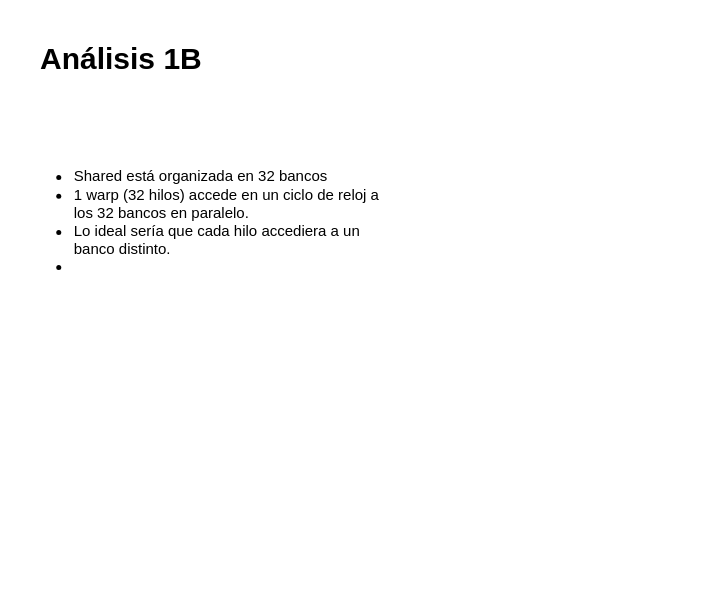
The draw.io diagram parctico4/1b.drawio in aguMartinez/GPGPU_G26_2024, before the edit. Source tidied: cells renumbered, new cells numbered last; positions are measured from the earlier drawing's top-left corner, leaving out a move shared by most shapes. Both pictures are drawn from the tidied source at 125%, with x=0, y=0 at pixel (21, 34).
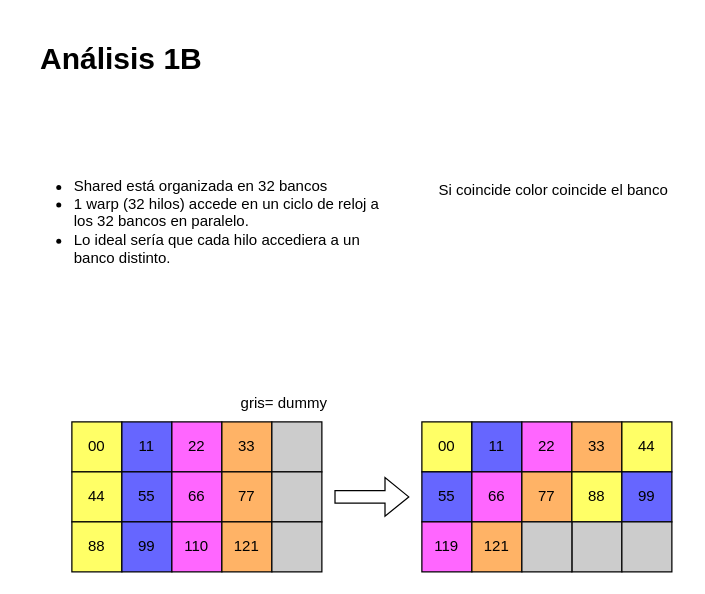
After the change.

Change to the diagram source:
```diff
@@
-    <mxCell id="3" value="&lt;ul&gt;&lt;li&gt;&lt;span style=&quot;background-color: initial;&quot;&gt;Shared está organizada en 32 bancos&lt;/span&gt;&lt;/li&gt;&lt;li&gt;&lt;span style=&quot;background-color: initial;&quot;&gt;1 warp (32 hilos) accede en un ciclo de reloj a los 32 bancos en paralelo.&lt;/span&gt;&lt;/li&gt;&lt;li&gt;&lt;span style=&quot;background-color: initial;&quot;&gt;Lo ideal sería que cada hilo accediera a un banco distinto.&lt;/span&gt;&lt;/li&gt;&lt;li&gt;&lt;span style=&quot;background-color: initial;&quot;&gt;&lt;br&gt;&lt;/span&gt;&lt;/li&gt;&lt;/ul&gt;" style="text;html=1;strokeColor=none;fillColor=none;align=left;verticalAlign=middle;whiteSpace=wrap;rounded=0;" parent="1" vertex="1">
+    <mxCell id="3" value="&lt;ul&gt;&lt;li&gt;&lt;span style=&quot;background-color: initial;&quot;&gt;Shared está organizada en 32 bancos&lt;/span&gt;&lt;/li&gt;&lt;li&gt;&lt;span style=&quot;background-color: initial;&quot;&gt;1 warp (32 hilos) accede en un ciclo de reloj a los 32 bancos en paralelo.&lt;/span&gt;&lt;/li&gt;&lt;li&gt;&lt;span style=&quot;background-color: initial;&quot;&gt;Lo ideal sería que cada hilo accediera a un banco distinto.&lt;/span&gt;&lt;/li&gt;&lt;/ul&gt;" style="text;html=1;strokeColor=none;fillColor=none;align=left;verticalAlign=middle;whiteSpace=wrap;rounded=0;" parent="1" vertex="1">
       <mxGeometry y="70" width="290" height="160" as="geometry" />
     </mxCell>
+    <mxCell id="4" value="00" style="rounded=0;whiteSpace=wrap;html=1;fillColor=#FFFF66;" parent="1" vertex="1">
+      <mxGeometry x="320" y="310" width="40" height="40" as="geometry" />
+    </mxCell>
+    <mxCell id="5" value="11" style="rounded=0;whiteSpace=wrap;html=1;fillColor=#6666FF;" parent="1" vertex="1">
+      <mxGeometry x="360" y="310" width="40" height="40" as="geometry" />
+    </mxCell>
+    <mxCell id="6" value="22" style="rounded=0;whiteSpace=wrap;html=1;fillColor=#FF66FF;" parent="1" vertex="1">
+      <mxGeometry x="400" y="310" width="40" height="40" as="geometry" />
+    </mxCell>
+    <mxCell id="7" value="33" style="rounded=0;whiteSpace=wrap;html=1;fillColor=#FFB366;" parent="1" vertex="1">
+      <mxGeometry x="440" y="310" width="40" height="40" as="geometry" />
+    </mxCell>
+    <mxCell id="8" value="Si coincide color coincide el banco" style="text;html=1;align=center;verticalAlign=middle;strokeColor=none;fillColor=none;" parent="1" vertex="1">
+      <mxGeometry x="320" y="110" width="210" height="30" as="geometry" />
+    </mxCell>
+    <mxCell id="9" value="44" style="rounded=0;whiteSpace=wrap;html=1;fillColor=#FFFF66;" parent="1" vertex="1">
+      <mxGeometry x="480" y="310" width="40" height="40" as="geometry" />
+    </mxCell>
+    <mxCell id="10" value="55" style="rounded=0;whiteSpace=wrap;html=1;fillColor=#6666FF;" parent="1" vertex="1">
+      <mxGeometry x="320" y="350" width="40" height="40" as="geometry" />
+    </mxCell>
+    <mxCell id="11" value="66" style="rounded=0;whiteSpace=wrap;html=1;fillColor=#FF66FF;" parent="1" vertex="1">
+      <mxGeometry x="360" y="350" width="40" height="40" as="geometry" />
+    </mxCell>
+    <mxCell id="12" value="77" style="rounded=0;whiteSpace=wrap;html=1;fillColor=#FFB366;" parent="1" vertex="1">
+      <mxGeometry x="400" y="350" width="40" height="40" as="geometry" />
+    </mxCell>
+    <mxCell id="13" value="88" style="rounded=0;whiteSpace=wrap;html=1;fillColor=#FFFF66;" parent="1" vertex="1">
+      <mxGeometry x="440" y="350" width="40" height="40" as="geometry" />
+    </mxCell>
+    <mxCell id="14" value="99" style="rounded=0;whiteSpace=wrap;html=1;fillColor=#6666FF;" parent="1" vertex="1">
+      <mxGeometry x="480" y="350" width="40" height="40" as="geometry" />
+    </mxCell>
+    <mxCell id="15" value="119" style="rounded=0;whiteSpace=wrap;html=1;fillColor=#FF66FF;" parent="1" vertex="1">
+      <mxGeometry x="320" y="390" width="40" height="40" as="geometry" />
+    </mxCell>
+    <mxCell id="16" value="121" style="rounded=0;whiteSpace=wrap;html=1;fillColor=#FFB366;" parent="1" vertex="1">
+      <mxGeometry x="360" y="390" width="40" height="40" as="geometry" />
+    </mxCell>
+    <mxCell id="17" style="rounded=0;whiteSpace=wrap;html=1;fillColor=#CCCCCC;" parent="1" vertex="1">
+      <mxGeometry x="440" y="390" width="40" height="40" as="geometry" />
+    </mxCell>
+    <mxCell id="18" style="rounded=0;whiteSpace=wrap;html=1;fillColor=#CCCCCC;" parent="1" vertex="1">
+      <mxGeometry x="480" y="390" width="40" height="40" as="geometry" />
+    </mxCell>
+    <mxCell id="19" style="rounded=0;whiteSpace=wrap;html=1;fillColor=#CCCCCC;" parent="1" vertex="1">
+      <mxGeometry x="400" y="390" width="40" height="40" as="geometry" />
+    </mxCell>
+    <mxCell id="20" value="00" style="rounded=0;whiteSpace=wrap;html=1;fillColor=#FFFF66;" parent="1" vertex="1">
+      <mxGeometry x="40" y="310" width="40" height="40" as="geometry" />
+    </mxCell>
+    <mxCell id="21" value="11" style="rounded=0;whiteSpace=wrap;html=1;fillColor=#6666FF;" parent="1" vertex="1">
+      <mxGeometry x="80" y="310" width="40" height="40" as="geometry" />
+    </mxCell>
+    <mxCell id="22" value="22" style="rounded=0;whiteSpace=wrap;html=1;fillColor=#FF66FF;" parent="1" vertex="1">
+      <mxGeometry x="120" y="310" width="40" height="40" as="geometry" />
+    </mxCell>
+    <mxCell id="23" value="33" style="rounded=0;whiteSpace=wrap;html=1;fillColor=#FFB366;" parent="1" vertex="1">
+      <mxGeometry x="160" y="310" width="40" height="40" as="geometry" />
+    </mxCell>
+    <mxCell id="24" value="44" style="rounded=0;whiteSpace=wrap;html=1;fillColor=#FFFF66;" parent="1" vertex="1">
+      <mxGeometry x="40" y="350" width="40" height="40" as="geometry" />
+    </mxCell>
+    <mxCell id="25" value="55" style="rounded=0;whiteSpace=wrap;html=1;fillColor=#6666FF;" parent="1" vertex="1">
+      <mxGeometry x="80" y="350" width="40" height="40" as="geometry" />
+    </mxCell>
+    <mxCell id="26" value="66" style="rounded=0;whiteSpace=wrap;html=1;fillColor=#FF66FF;" parent="1" vertex="1">
+      <mxGeometry x="120" y="350" width="40" height="40" as="geometry" />
+    </mxCell>
+    <mxCell id="27" value="77" style="rounded=0;whiteSpace=wrap;html=1;fillColor=#FFB366;" parent="1" vertex="1">
+      <mxGeometry x="160" y="350" width="40" height="40" as="geometry" />
+    </mxCell>
+    <mxCell id="28" value="88" style="rounded=0;whiteSpace=wrap;html=1;fillColor=#FFFF66;" parent="1" vertex="1">
+      <mxGeometry x="40" y="390" width="40" height="40" as="geometry" />
+    </mxCell>
+    <mxCell id="29" value="99" style="rounded=0;whiteSpace=wrap;html=1;fillColor=#6666FF;" parent="1" vertex="1">
+      <mxGeometry x="80" y="390" width="40" height="40" as="geometry" />
+    </mxCell>
+    <mxCell id="30" value="110" style="rounded=0;whiteSpace=wrap;html=1;fillColor=#FF66FF;" parent="1" vertex="1">
+      <mxGeometry x="120" y="390" width="40" height="40" as="geometry" />
+    </mxCell>
+    <mxCell id="31" value="121" style="rounded=0;whiteSpace=wrap;html=1;fillColor=#FFB366;" parent="1" vertex="1">
+      <mxGeometry x="160" y="390" width="40" height="40" as="geometry" />
+    </mxCell>
+    <mxCell id="32" style="rounded=0;whiteSpace=wrap;html=1;fillColor=#CCCCCC;" parent="1" vertex="1">
+      <mxGeometry x="200" y="310" width="40" height="40" as="geometry" />
+    </mxCell>
+    <mxCell id="33" style="rounded=0;whiteSpace=wrap;html=1;fillColor=#CCCCCC;" parent="1" vertex="1">
+      <mxGeometry x="200" y="350" width="40" height="40" as="geometry" />
+    </mxCell>
+    <mxCell id="34" style="rounded=0;whiteSpace=wrap;html=1;fillColor=#CCCCCC;" parent="1" vertex="1">
+      <mxGeometry x="200" y="390" width="40" height="40" as="geometry" />
+    </mxCell>
+    <mxCell id="35" style="shape=flexArrow;endArrow=classic;html=1;rounded=0;" parent="1" edge="1">
+      <mxGeometry relative="1" as="geometry">
+        <mxPoint x="250" y="370" as="sourcePoint" />
+        <mxPoint x="310" y="370" as="targetPoint" />
+      </mxGeometry>
+    </mxCell>
+    <mxCell id="36" value="gris= dummy" style="text;html=1;strokeColor=none;fillColor=none;align=center;verticalAlign=middle;whiteSpace=wrap;rounded=0;" parent="1" vertex="1">
+      <mxGeometry x="160" y="280" width="100" height="30" as="geometry" />
+    </mxCell>
```
